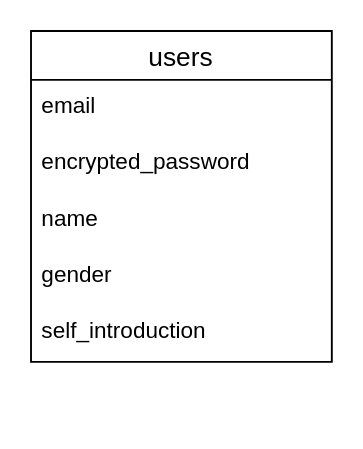
This is match.dio from yukki373/match, a draw.io file, before an edit. Source tidied: cells renumbered, new cells numbered last; positions are measured from the earlier drawing's top-left corner, leaving out a move shared by most shapes. Both pictures are drawn from the tidied source at 188%, with x=0, y=0 at pixel (30, 30).
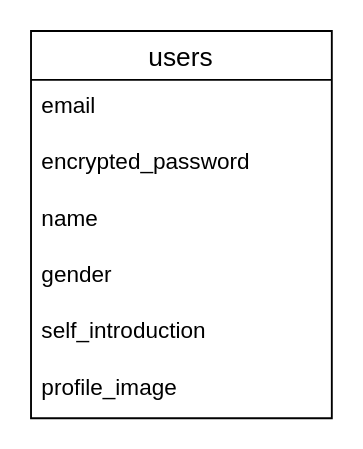
Above is the later version.

Diff of the diagram source:
```diff
@@
 <mxGraphModel>
   <root>
     <mxCell id="0" />
     <mxCell id="1" parent="0" />
     <mxCell id="2" value="users" style="swimlane;fontStyle=0;horizontal=1;startSize=26;align=center;fontSize=14;" parent="1" vertex="1">
-      <mxGeometry width="160" height="176" as="geometry" />
+      <mxGeometry width="160" height="206" as="geometry" />
     </mxCell>
     <mxCell id="3" value="email" style="text;strokeColor=none;fillColor=none;spacingLeft=4;spacingRight=4;overflow=hidden;fontSize=12;" parent="2" vertex="1">
       <mxGeometry y="26" width="160" height="30" as="geometry" />
     </mxCell>
     <mxCell id="4" value="encrypted_password" style="text;strokeColor=none;fillColor=none;spacingLeft=4;spacingRight=4;overflow=hidden;fontSize=12;" parent="2" vertex="1">
       <mxGeometry y="56" width="160" height="30" as="geometry" />
     </mxCell>
     <mxCell id="5" value="name" style="text;strokeColor=none;fillColor=none;spacingLeft=4;spacingRight=4;overflow=hidden;fontSize=12;" parent="2" vertex="1">
       <mxGeometry y="86" width="160" height="30" as="geometry" />
     </mxCell>
     <mxCell id="6" value="gender" style="text;strokeColor=none;fillColor=none;spacingLeft=4;spacingRight=4;overflow=hidden;fontSize=12;" parent="2" vertex="1">
       <mxGeometry y="116" width="160" height="30" as="geometry" />
     </mxCell>
+    <mxCell id="8" value="self_introduction" style="text;strokeColor=none;fillColor=none;spacingLeft=4;spacingRight=4;overflow=hidden;fontSize=12;" parent="2" vertex="1">
+      <mxGeometry y="146" width="160" height="30" as="geometry" />
+    </mxCell>
-    <mxCell id="7" value="self_introduction" style="text;strokeColor=none;fillColor=none;spacingLeft=4;spacingRight=4;overflow=hidden;fontSize=12;" parent="2" vertex="1">
-      <mxGeometry y="146" width="160" height="30" as="geometry" />
+    <mxCell id="7" value="profile_image" style="text;strokeColor=none;fillColor=none;spacingLeft=4;spacingRight=4;overflow=hidden;fontSize=12;" parent="2" vertex="1">
+      <mxGeometry y="176" width="160" height="30" as="geometry" />
     </mxCell>
   </root>
 </mxGraphModel>
```
